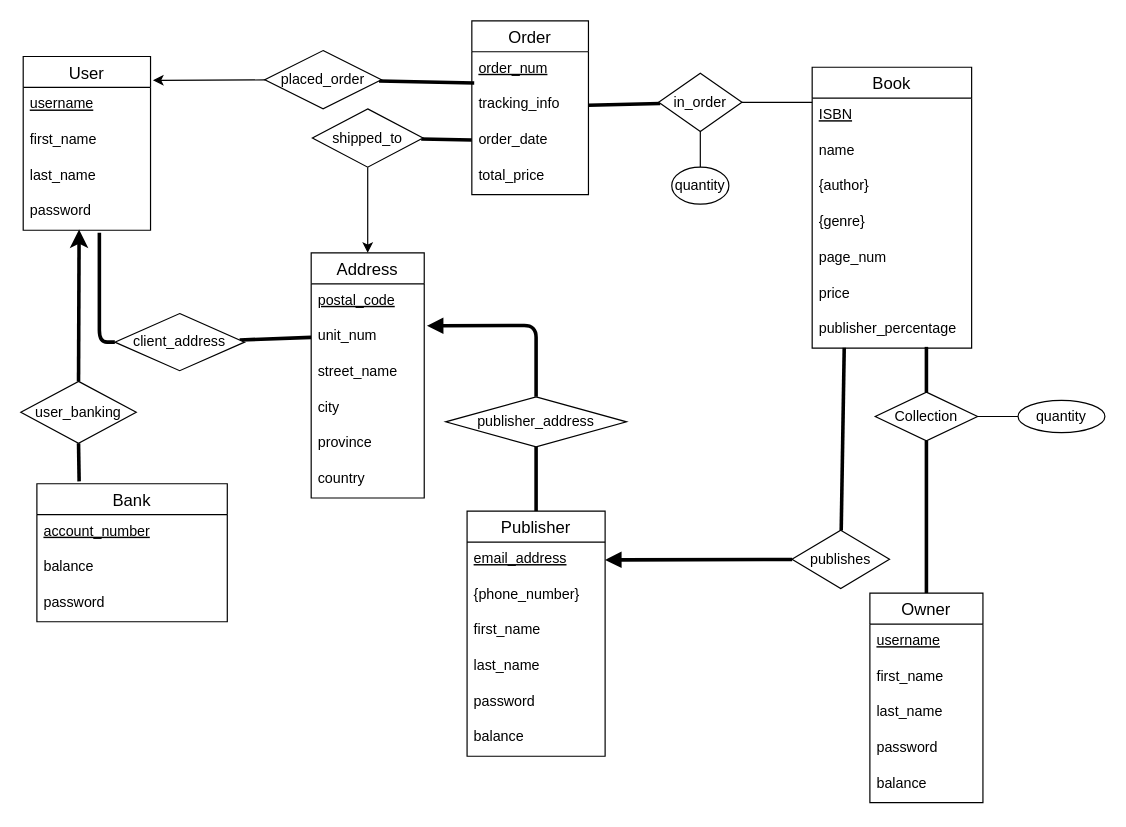
The draw.io diagram Diagrams/2.1 Conceptual Design.drawio in MiniEinsteinD/BookStore, before the edit. Source tidied: cells renumbered, new cells numbered last; positions are measured from the earlier drawing's top-left corner, leaving out a move shared by most shapes. Both pictures are drawn from the tidied source at 119%, with x=0, y=0 at pixel (20, 20).
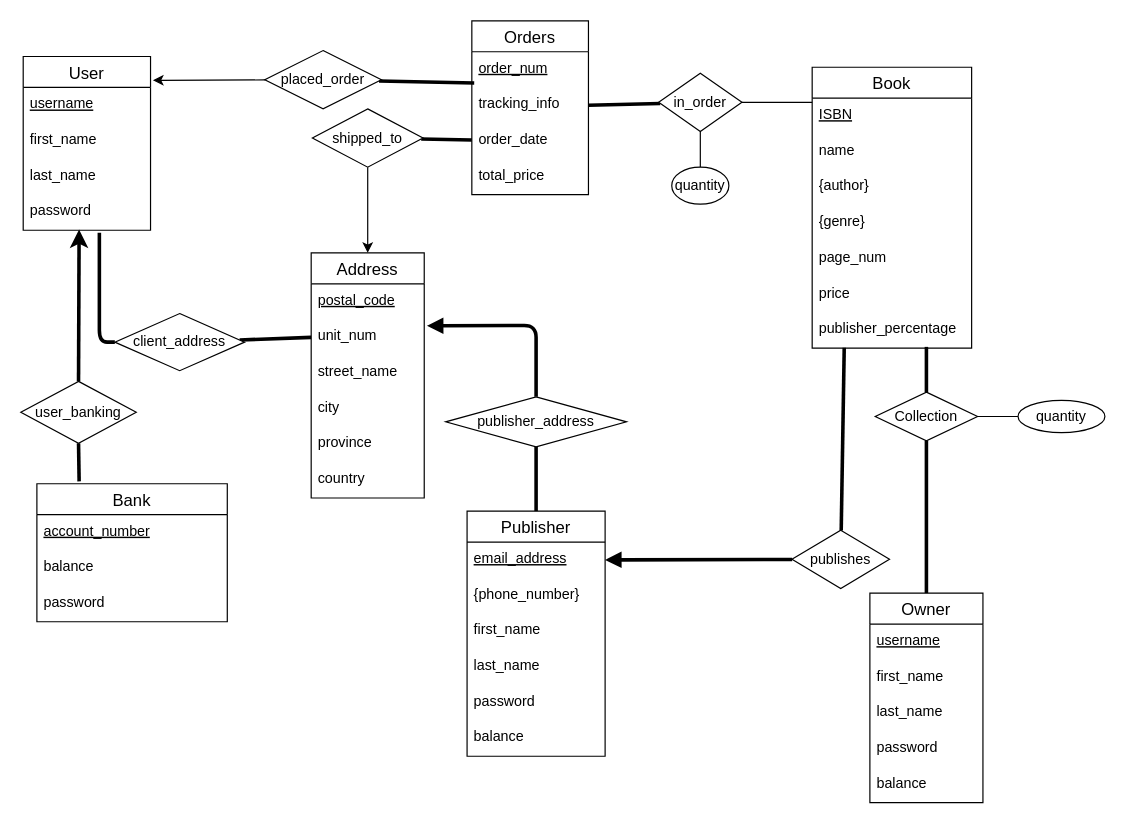
After the change.

Commit message (it also covers changes not shown here):
Order went from "Order" to "Orders"

Diff of the diagram source:
```diff
@@
-    <mxCell id="56" value="Order" style="swimlane;fontStyle=0;horizontal=1;startSize=26;align=center;fontSize=14;" parent="1" vertex="1">
+    <mxCell id="56" value="Orders" style="swimlane;fontStyle=0;horizontal=1;startSize=26;align=center;fontSize=14;" parent="1" vertex="1">
       <mxGeometry x="379" width="98" height="146" as="geometry" />
     </mxCell>
```
